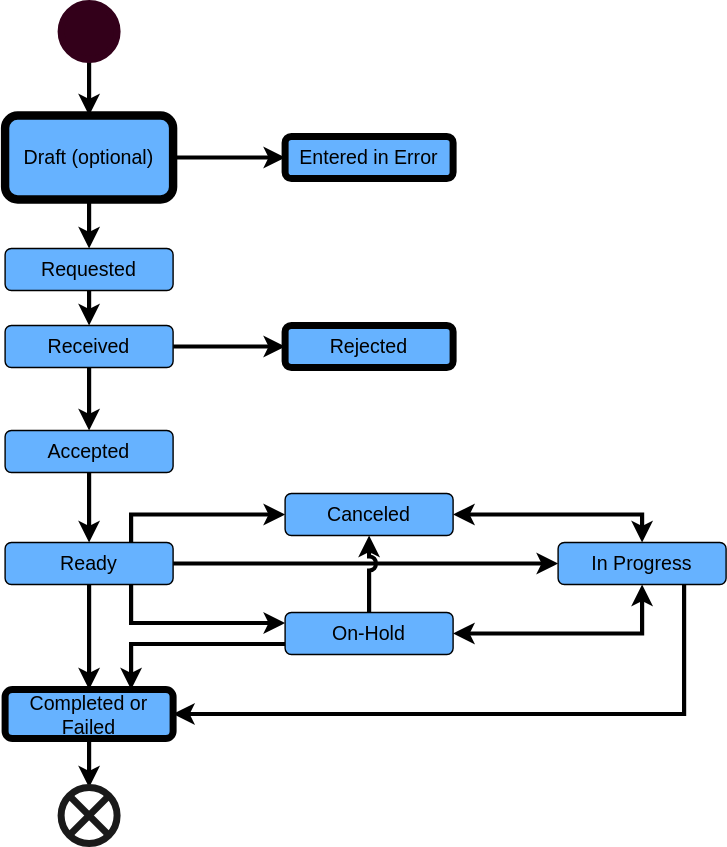
Before: input/images/ReferralTaskStateDiagram.svg, a diagram exported from draw.io (HL7/fhir-sdoh-clinicalcare). Source tidied: cells renumbered, new cells last; positions are measured from the earlier drawing's top-left corner, leaving out a move shared by most shapes.
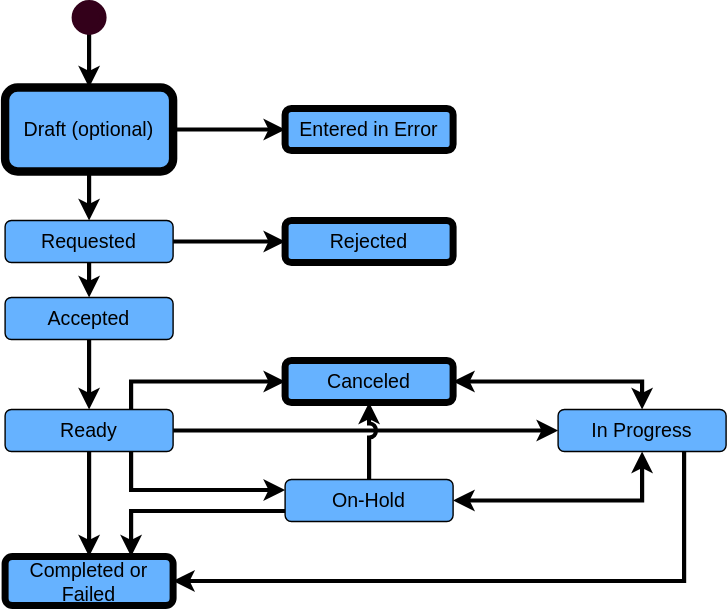
Later version of the same file.

What changed in the source:
```diff
@@ -3,23 +3,19 @@
     <mxCell id="0" />
     <mxCell id="1" parent="0" />
     <mxCell id="2" value="&lt;font style=&quot;font-size: 14px;&quot;&gt;Entered in Error&lt;/font&gt;" style="rounded=1;whiteSpace=wrap;html=1;fillColor=#66B2FF;strokeWidth=5;" parent="1" vertex="1">
-      <mxGeometry x="200" y="95" width="120" height="30" as="geometry" />
+      <mxGeometry x="200" y="170" width="120" height="30" as="geometry" />
     </mxCell>
-    <mxCell id="3" style="edgeStyle=orthogonalEdgeStyle;rounded=0;jettySize=auto;html=1;exitX=0.5;exitY=1;exitDx=0;exitDy=0;entryX=0.5;entryY=0;entryDx=0;entryDy=0;fontSize=14;strokeWidth=3;" parent="1" edge="1" source="4" target="7">
-      <mxGeometry relative="1" as="geometry" />
+    <mxCell id="3" style="edgeStyle=orthogonalEdgeStyle;rounded=0;jettySize=auto;html=1;exitX=0.5;exitY=1;exitDx=0;exitDy=0;entryX=0.5;entryY=0;entryDx=0;entryDy=0;fontSize=14;strokeWidth=3;" parent="1" edge="1" source="4">
+      <mxGeometry relative="1" as="geometry">
+        <mxPoint x="60" y="305" as="targetPoint" />
+      </mxGeometry>
     </mxCell>
     <mxCell id="4" value="&lt;font style=&quot;font-size: 14px;&quot;&gt;Requested&lt;/font&gt;" style="rounded=1;whiteSpace=wrap;html=1;fillColor=#66B2FF;" parent="1" vertex="1">
-      <mxGeometry y="175" width="120" height="30" as="geometry" />
+      <mxGeometry y="250" width="120" height="30" as="geometry" />
     </mxCell>
-    <mxCell id="5" style="edgeStyle=orthogonalEdgeStyle;rounded=0;jettySize=auto;html=1;exitX=0.5;exitY=1;exitDx=0;exitDy=0;entryX=0.5;entryY=0;entryDx=0;entryDy=0;fontSize=14;strokeWidth=3;" parent="1" edge="1" source="7" target="9">
-      <mxGeometry relative="1" as="geometry" />
-    </mxCell>
-    <mxCell id="6" style="edgeStyle=orthogonalEdgeStyle;rounded=0;jettySize=auto;html=1;exitX=1;exitY=0.5;exitDx=0;exitDy=0;entryX=0;entryY=0.5;entryDx=0;entryDy=0;fontSize=14;strokeWidth=3;" parent="1" edge="1" source="7" target="26">
+    <mxCell id="6" style="edgeStyle=orthogonalEdgeStyle;rounded=0;jettySize=auto;html=1;exitX=1;exitY=0.5;exitDx=0;exitDy=0;entryX=0;entryY=0.5;entryDx=0;entryDy=0;fontSize=14;strokeWidth=3;" parent="1" edge="1" source="4" target="26">
       <mxGeometry relative="1" as="geometry" />
     </mxCell>
-    <mxCell id="7" value="&lt;font style=&quot;font-size: 14px;&quot;&gt;Received&lt;/font&gt;" style="rounded=1;whiteSpace=wrap;html=1;fillColor=#66B2FF;" parent="1" vertex="1">
-      <mxGeometry y="230" width="120" height="30" as="geometry" />
-    </mxCell>
     <mxCell id="8" style="edgeStyle=orthogonalEdgeStyle;rounded=0;jettySize=auto;html=1;exitX=0.5;exitY=1;exitDx=0;exitDy=0;entryX=0.5;entryY=0;entryDx=0;entryDy=0;fontSize=14;strokeWidth=3;" parent="1" edge="1" source="9" target="16">
       <mxGeometry relative="1" as="geometry" />
     </mxCell>
@@ -29,7 +25,7 @@
     <mxCell id="10" style="edgeStyle=orthogonalEdgeStyle;rounded=0;jumpStyle=arc;jumpSize=6;jettySize=auto;html=1;exitX=1;exitY=0.5;exitDx=0;exitDy=0;fontSize=14;startArrow=classic;startFill=1;entryX=0.5;entryY=0;entryDx=0;entryDy=0;strokeWidth=3;" parent="1" edge="1" source="11" target="18">
       <mxGeometry relative="1" as="geometry" />
     </mxCell>
-    <mxCell id="11" value="&lt;font style=&quot;font-size: 14px;&quot;&gt;Canceled&lt;/font&gt;" style="rounded=1;whiteSpace=wrap;html=1;fillColor=#66B2FF;" parent="1" vertex="1">
+    <mxCell id="11" value="&lt;font style=&quot;font-size: 14px;&quot;&gt;Canceled&lt;/font&gt;" style="rounded=1;whiteSpace=wrap;html=1;fillColor=#66B2FF;strokeWidth=5;" parent="1" vertex="1">
       <mxGeometry x="200" y="350" width="120" height="30" as="geometry" />
     </mxCell>
     <mxCell id="12" style="edgeStyle=orthogonalEdgeStyle;rounded=0;jettySize=auto;html=1;exitX=0.5;exitY=1;exitDx=0;exitDy=0;entryX=0.5;entryY=0;entryDx=0;entryDy=0;fontSize=14;strokeWidth=3;" parent="1" edge="1" source="16" target="28">
@@ -72,25 +68,19 @@
       <mxGeometry relative="1" as="geometry" />
     </mxCell>
     <mxCell id="25" value="Draft (optional)" style="rounded=1;whiteSpace=wrap;html=1;fontSize=14;strokeWidth=6;fillColor=#66B2FF;" parent="1" vertex="1">
-      <mxGeometry y="80" width="120" height="60" as="geometry" />
+      <mxGeometry y="155" width="120" height="60" as="geometry" />
     </mxCell>
     <mxCell id="26" value="&lt;span style=&quot;font-size: 14px;&quot;&gt;Rejected&lt;/span&gt;" style="rounded=1;whiteSpace=wrap;html=1;fillColor=#66B2FF;strokeWidth=5;" parent="1" vertex="1">
-      <mxGeometry x="200" y="230" width="120" height="30" as="geometry" />
+      <mxGeometry x="200" y="250" width="120" height="30" as="geometry" />
     </mxCell>
-    <mxCell id="27" style="edgeStyle=orthogonalEdgeStyle;rounded=0;jumpStyle=arc;jumpSize=6;jettySize=auto;html=1;exitX=0.5;exitY=1;exitDx=0;exitDy=0;entryX=0.5;entryY=0;entryDx=0;entryDy=0;fontSize=14;startArrow=none;startFill=0;strokeWidth=3;" parent="1" edge="1" source="28" target="29">
-      <mxGeometry relative="1" as="geometry" />
-    </mxCell>
     <mxCell id="28" value="&lt;span style=&quot;font-size: 14px;&quot;&gt;Completed or Failed&lt;/span&gt;" style="rounded=1;whiteSpace=wrap;html=1;fillColor=#66B2FF;strokeWidth=5;" parent="1" vertex="1">
       <mxGeometry y="490" width="120" height="35" as="geometry" />
     </mxCell>
-    <mxCell id="29" style="shape=sumEllipse;perimeter=ellipsePerimeter;whiteSpace=wrap;html=1;backgroundOutline=1;fontSize=14;strokeColor=#1A1A1A;strokeWidth=5;fillColor=#FFFFFF;" parent="1" vertex="1">
-      <mxGeometry x="40" y="560" width="40" height="40" as="geometry" />
-    </mxCell>
     <mxCell id="30" style="edgeStyle=orthogonalEdgeStyle;rounded=0;jumpStyle=arc;jumpSize=6;jettySize=auto;html=1;exitX=0.5;exitY=1;exitDx=0;exitDy=0;entryX=0.5;entryY=0;entryDx=0;entryDy=0;fontSize=14;startArrow=none;startFill=0;strokeWidth=3;" parent="1" edge="1" source="31" target="25">
       <mxGeometry relative="1" as="geometry" />
     </mxCell>
     <mxCell id="31" style="ellipse;whiteSpace=wrap;html=1;fontSize=14;strokeColor=#33001A;strokeWidth=5;fillColor=#33001A;" parent="1" vertex="1">
-      <mxGeometry x="40" width="40" height="40" as="geometry" />
+      <mxGeometry x="50" y="95" width="20" height="20" as="geometry" />
     </mxCell>
   </root>
 </mxGraphModel>
```
